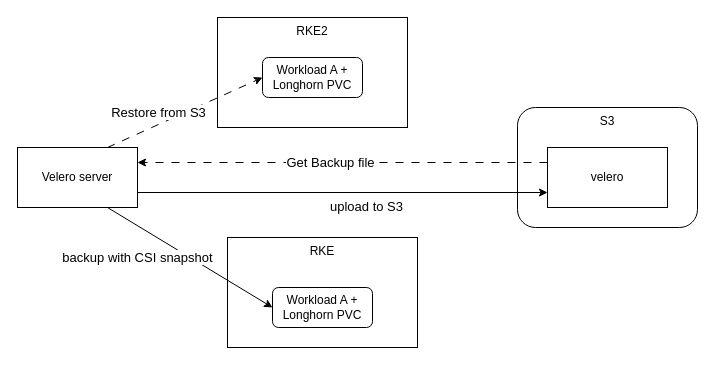
Earlier version of the draw.io diagram replatform.drawio (JacieChao/jacie-docs). Source tidied: cells renumbered, new cells numbered last; positions are measured from the earlier drawing's top-left corner, leaving out a move shared by most shapes. Both pictures are drawn from the tidied source at 100%, with x=0, y=0 at pixel (17, 17).
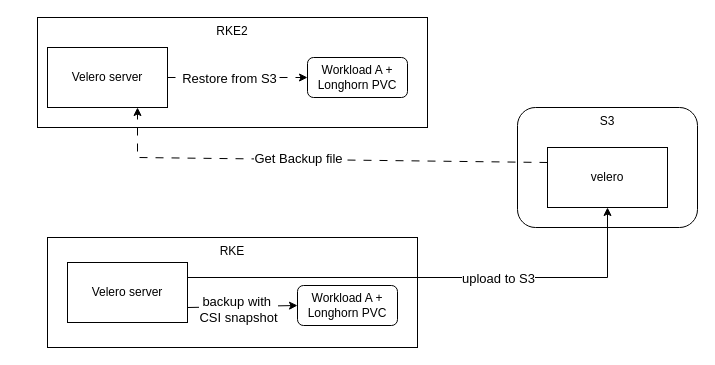
After the change.

Unchanged cells that the change refers to:
```xml
<mxCell id="5" value="velero" style="rounded=0;whiteSpace=wrap;html=1;" parent="1" vertex="1">
  <mxGeometry x="530" y="130" width="120" height="60" as="geometry" />
</mxCell>
```

Change to the diagram source:
```diff
@@
     <mxCell id="2" value="RKE" style="rounded=0;whiteSpace=wrap;html=1;verticalAlign=top;" parent="1" vertex="1">
-      <mxGeometry x="210" y="220" width="190" height="110" as="geometry" />
+      <mxGeometry x="30" y="220" width="370" height="110" as="geometry" />
     </mxCell>
     <mxCell id="3" value="RKE2" style="rounded=0;whiteSpace=wrap;html=1;verticalAlign=top;" parent="1" vertex="1">
-      <mxGeometry x="200" width="190" height="110" as="geometry" />
+      <mxGeometry x="20" width="390" height="110" as="geometry" />
     </mxCell>
@@
     <mxCell id="6" value="Velero server" style="rounded=0;whiteSpace=wrap;html=1;" parent="1" vertex="1">
-      <mxGeometry y="130" width="120" height="60" as="geometry" />
+      <mxGeometry x="50" y="245" width="120" height="60" as="geometry" />
     </mxCell>
     <mxCell id="7" value="Workload A + Longhorn PVC" style="rounded=1;whiteSpace=wrap;html=1;" parent="1" vertex="1">
-      <mxGeometry x="255" y="270" width="100" height="40" as="geometry" />
+      <mxGeometry x="280" y="268" width="100" height="40" as="geometry" />
     </mxCell>
     <mxCell id="8" value="Workload A + Longhorn PVC" style="rounded=1;whiteSpace=wrap;html=1;" parent="1" vertex="1">
-      <mxGeometry x="245" y="40" width="100" height="40" as="geometry" />
+      <mxGeometry x="290" y="40" width="100" height="40" as="geometry" />
     </mxCell>
-    <mxCell id="9" style="endArrow=classic;html=1;rounded=0;exitX=0.75;exitY=1;exitDx=0;exitDy=0;entryX=0;entryY=0.5;entryDx=0;entryDy=0;" parent="1" edge="1" source="6" target="7">
+    <mxCell id="9" style="endArrow=classic;html=1;rounded=0;exitX=1;exitY=0.75;exitDx=0;exitDy=0;entryX=0;entryY=0.5;entryDx=0;entryDy=0;" parent="1" edge="1" source="6" target="7">
       <mxGeometry relative="1" as="geometry" />
     </mxCell>
-    <mxCell id="10" value="backup with CSI snapshot" style="edgeLabel;html=1;align=center;verticalAlign=middle;fontSize=13;" parent="9" vertex="1">
+    <mxCell id="10" value="backup with&amp;nbsp;&lt;div&gt;CSI snapshot&lt;/div&gt;" style="edgeLabel;html=1;align=center;verticalAlign=middle;fontSize=13;" parent="9" vertex="1">
       <mxGeometry x="-0.22" y="-1" relative="1" as="geometry">
-        <mxPoint x="-34" y="10" as="offset" />
+        <mxPoint x="7" y="1" as="offset" />
       </mxGeometry>
     </mxCell>
-    <mxCell id="11" style="endArrow=classic;html=1;rounded=0;exitX=1;exitY=0.75;exitDx=0;exitDy=0;entryX=0;entryY=0.75;entryDx=0;entryDy=0;" parent="1" edge="1" source="6" target="5">
-      <mxGeometry relative="1" as="geometry" />
+    <mxCell id="11" style="endArrow=classic;html=1;rounded=0;exitX=1;exitY=0.25;exitDx=0;exitDy=0;entryX=0.5;entryY=1;entryDx=0;entryDy=0;" parent="1" edge="1" source="6" target="5">
+      <mxGeometry relative="1" as="geometry">
+        <Array as="points">
+          <mxPoint x="590" y="260" />
+        </Array>
+      </mxGeometry>
     </mxCell>
     <mxCell id="12" value="upload to S3" style="edgeLabel;html=1;align=center;verticalAlign=middle;fontSize=13;" parent="11" vertex="1">
       <mxGeometry x="0.17" relative="1" as="geometry">
-        <mxPoint x="-12" y="13" as="offset" />
+        <mxPoint x="23" as="offset" />
       </mxGeometry>
     </mxCell>
-    <mxCell id="13" style="endArrow=classic;html=1;rounded=0;exitX=0.75;exitY=0;exitDx=0;exitDy=0;entryX=0;entryY=0.5;entryDx=0;entryDy=0;dashed=1;dashPattern=8 8;" parent="1" edge="1" source="6" target="8">
+    <mxCell id="13" style="endArrow=classic;html=1;rounded=0;exitX=1;exitY=0.5;exitDx=0;exitDy=0;entryX=0;entryY=0.5;entryDx=0;entryDy=0;dashed=1;dashPattern=8 8;" parent="1" edge="1" source="17" target="8">
       <mxGeometry relative="1" as="geometry" />
     </mxCell>
     <mxCell id="14" value="Restore from S3" style="edgeLabel;html=1;align=center;verticalAlign=middle;fontSize=13;" parent="13" vertex="1">
       <mxGeometry x="0.1" y="-3" relative="1" as="geometry">
-        <mxPoint x="-36" as="offset" />
+        <mxPoint x="-16" y="-3" as="offset" />
       </mxGeometry>
     </mxCell>
-    <mxCell id="15" style="endArrow=classic;html=1;rounded=0;exitX=0;exitY=0.25;exitDx=0;exitDy=0;entryX=1;entryY=0.25;entryDx=0;entryDy=0;dashed=1;dashPattern=8 8;" parent="1" edge="1" source="5" target="6">
-      <mxGeometry relative="1" as="geometry" />
+    <mxCell id="15" style="endArrow=classic;html=1;rounded=0;exitX=0;exitY=0.25;exitDx=0;exitDy=0;entryX=0.75;entryY=1;entryDx=0;entryDy=0;dashed=1;dashPattern=8 8;" parent="1" edge="1" source="5" target="17">
+      <mxGeometry relative="1" as="geometry">
+        <Array as="points">
+          <mxPoint x="120" y="140" />
+        </Array>
+      </mxGeometry>
     </mxCell>
@@
+    <mxCell id="17" value="Velero server" style="rounded=0;whiteSpace=wrap;html=1;" parent="1" vertex="1">
+      <mxGeometry x="30" y="30" width="120" height="60" as="geometry" />
+    </mxCell>
```
